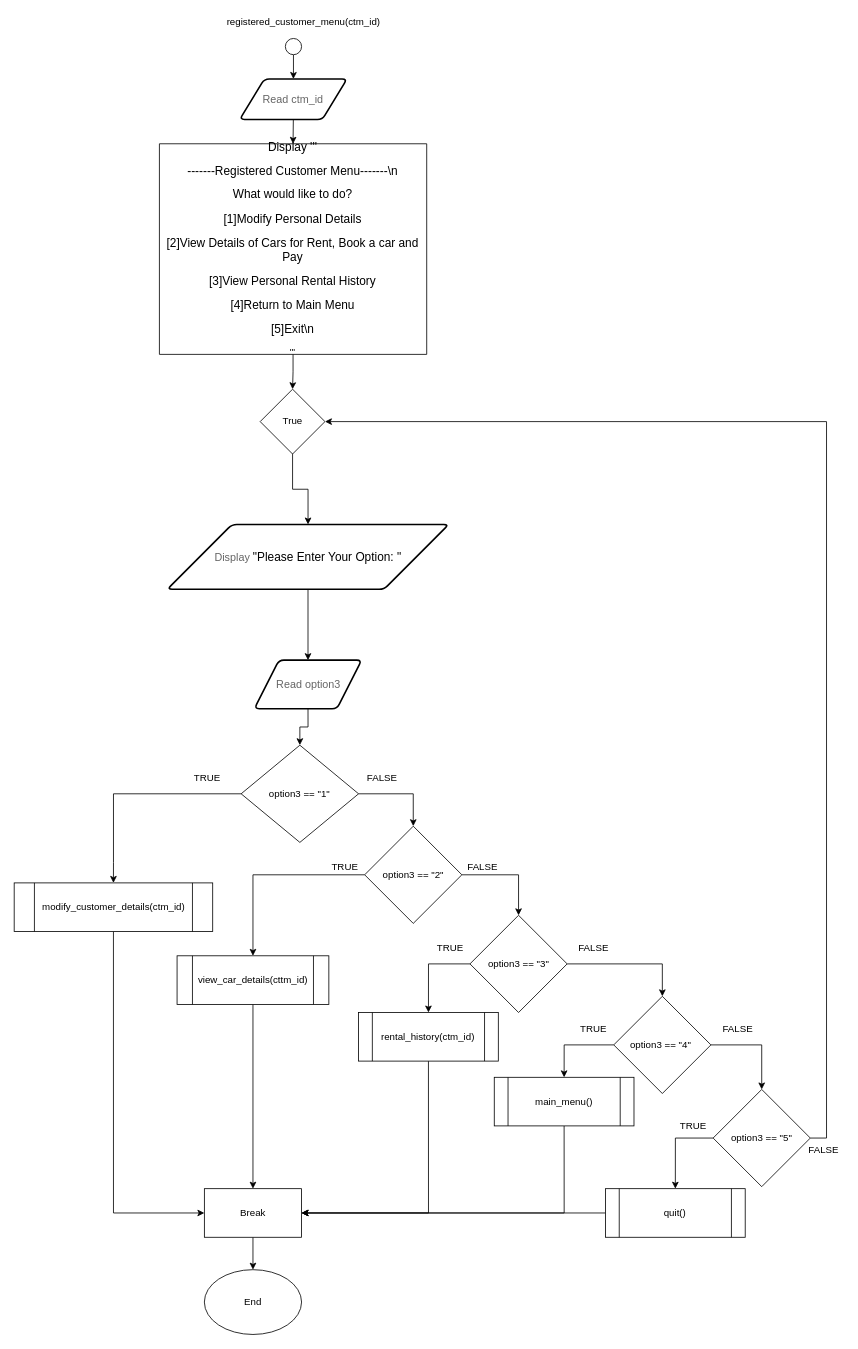
LeeRenJie/python-assignment keeps this draw.io diagram as page "registered_customer_menu(ctm_id)" (11 of 27) of Flowchart.drawio. Above is the earlier version. Source tidied: cells renumbered, new cells numbered last; positions are measured from the earlier drawing's top-left corner, leaving out a move shared by most shapes. Both pictures are drawn from the tidied source at 81%, with x=0, y=0 at pixel (14, 14).
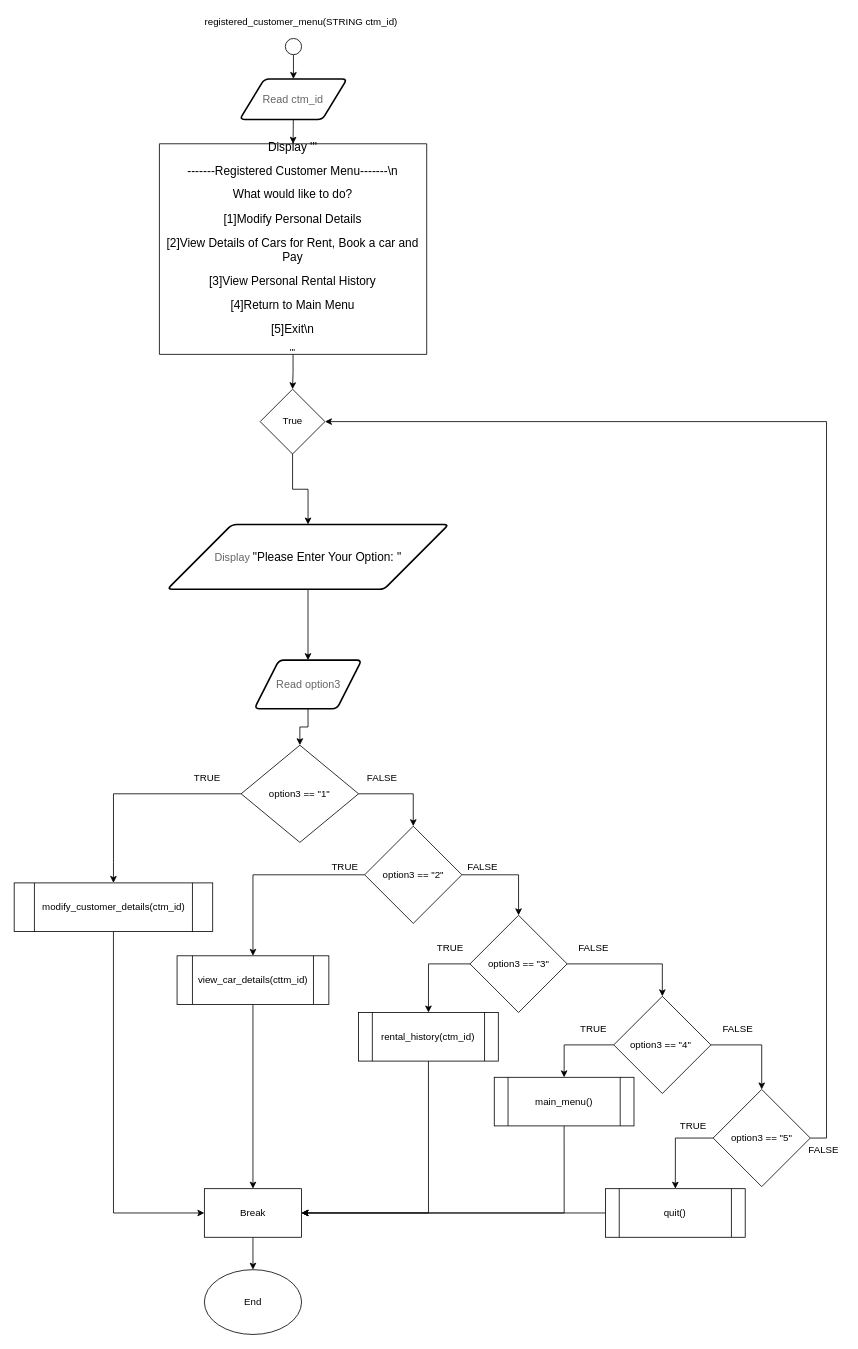
Above is the later version.

Change to the diagram source:
```diff
@@
-    <mxCell id="52" value="registered_customer_menu(ctm_id)" style="text;html=1;align=center;verticalAlign=middle;" parent="1" vertex="1">
-      <mxGeometry x="256.5" width="200" height="20" as="geometry" />
+    <mxCell id="52" value="registered_customer_menu(STRING ctm_id)" style="text;html=1;align=center;verticalAlign=middle;" parent="1" vertex="1">
+      <mxGeometry x="229" width="250" height="20" as="geometry" />
     </mxCell>
```
